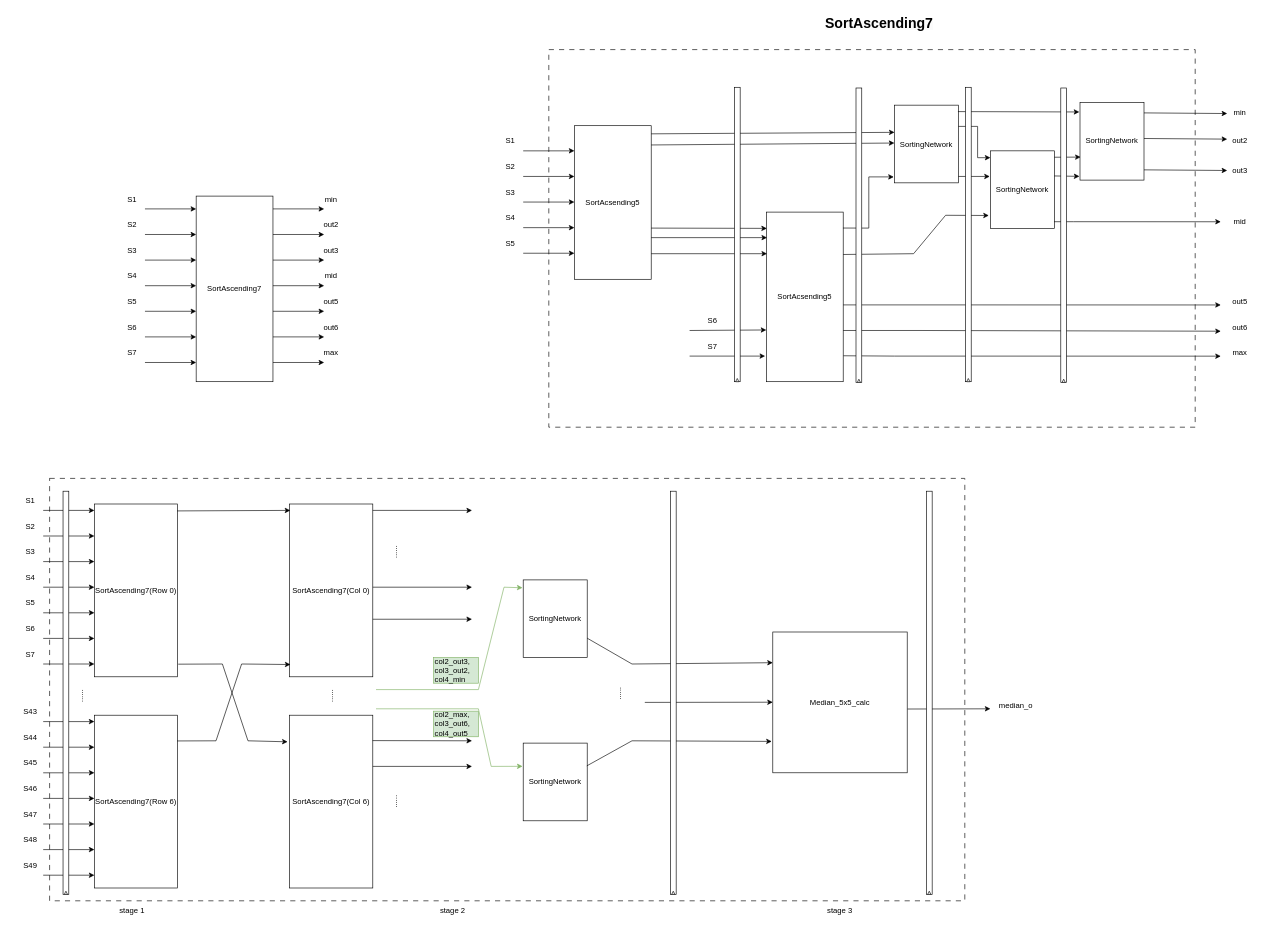
This is Draw/MedianFilterModules/Median7x7Calc.drawio from Hieuueihm/Thesis, a draw.io file, before an edit. Source tidied: cells renumbered, new cells numbered last; positions are measured from the earlier drawing's top-left corner, leaving out a move shared by most shapes. Both pictures are drawn from the tidied source at 64%, with x=0, y=0 at pixel (11, 11).
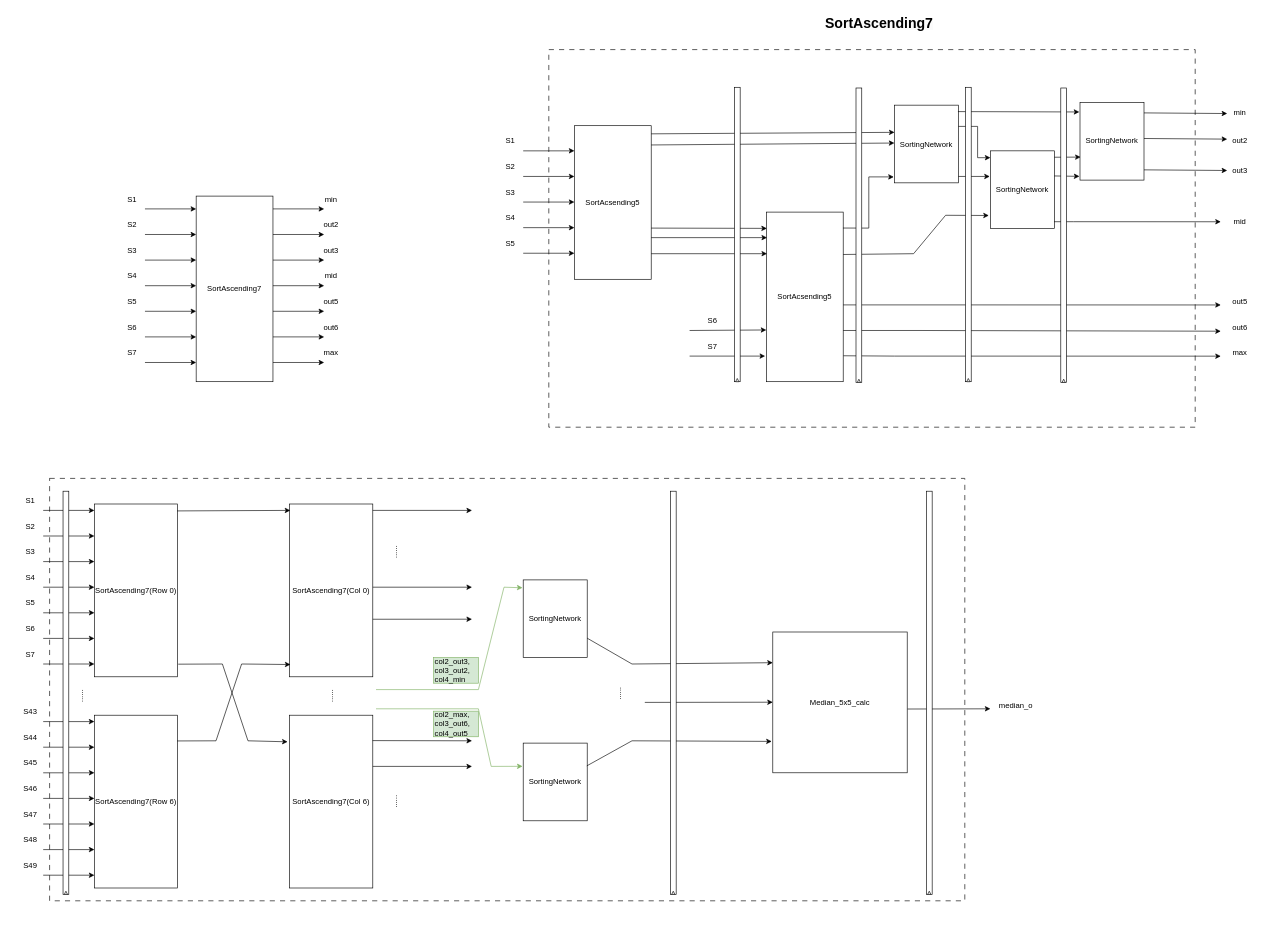
Above is the later version.

What changed in the source:
```diff
@@
-    <mxCell id="136" value="stage 1" style="text;html=1;align=center;verticalAlign=middle;whiteSpace=wrap;rounded=0;" parent="1" vertex="1">
-      <mxGeometry x="159" y="1390" width="60" height="30" as="geometry" />
-    </mxCell>
-    <mxCell id="137" value="stage 2" style="text;html=1;align=center;verticalAlign=middle;whiteSpace=wrap;rounded=0;" parent="1" vertex="1">
-      <mxGeometry x="660" y="1390" width="60" height="30" as="geometry" />
-    </mxCell>
-    <mxCell id="138" value="stage 3" style="text;html=1;align=center;verticalAlign=middle;whiteSpace=wrap;rounded=0;" parent="1" vertex="1">
-      <mxGeometry x="1265" y="1390" width="60" height="30" as="geometry" />
-    </mxCell>
```
